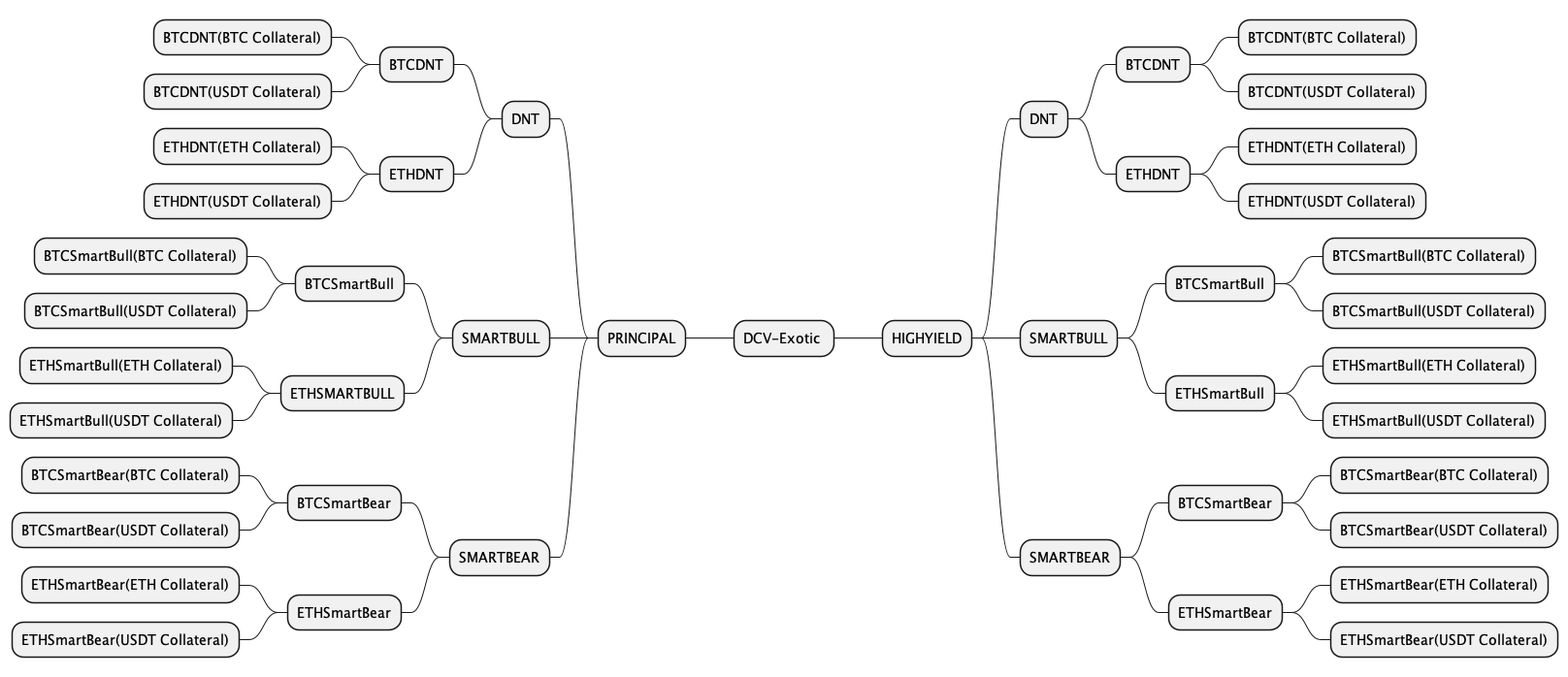
This is static/vaults.png from sofa-org/sofa-gitbook, a PlantUML export, as it was before one commit.
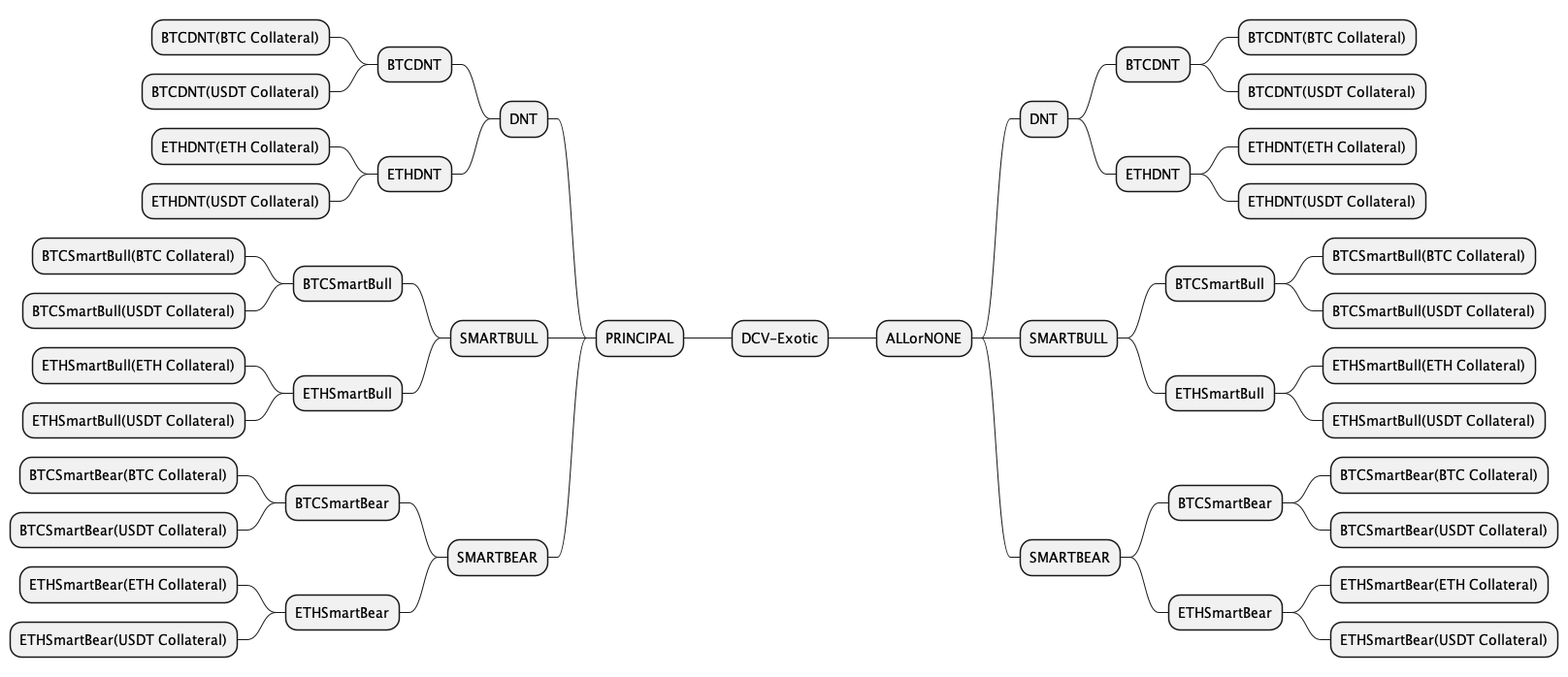
The same file after the commit.

What changed in the source:
```diff
@@ -1,6 +1,6 @@
 @startmindmap
 + DCV-Exotic
-++ HIGHYIELD
+++ ALLorNONE
 +++ DNT
 ++++ BTCDNT
 +++++ BTCDNT(BTC Collateral)
@@ -34,7 +34,7 @@
 ---- BTCSmartBull
 ----- BTCSmartBull(BTC Collateral)
 ----- BTCSmartBull(USDT Collateral)
----- ETHSMARTBULL
+---- ETHSmartBull
 ----- ETHSmartBull(ETH Collateral)
 ----- ETHSmartBull(USDT Collateral)
 --- SMARTBEAR
```
